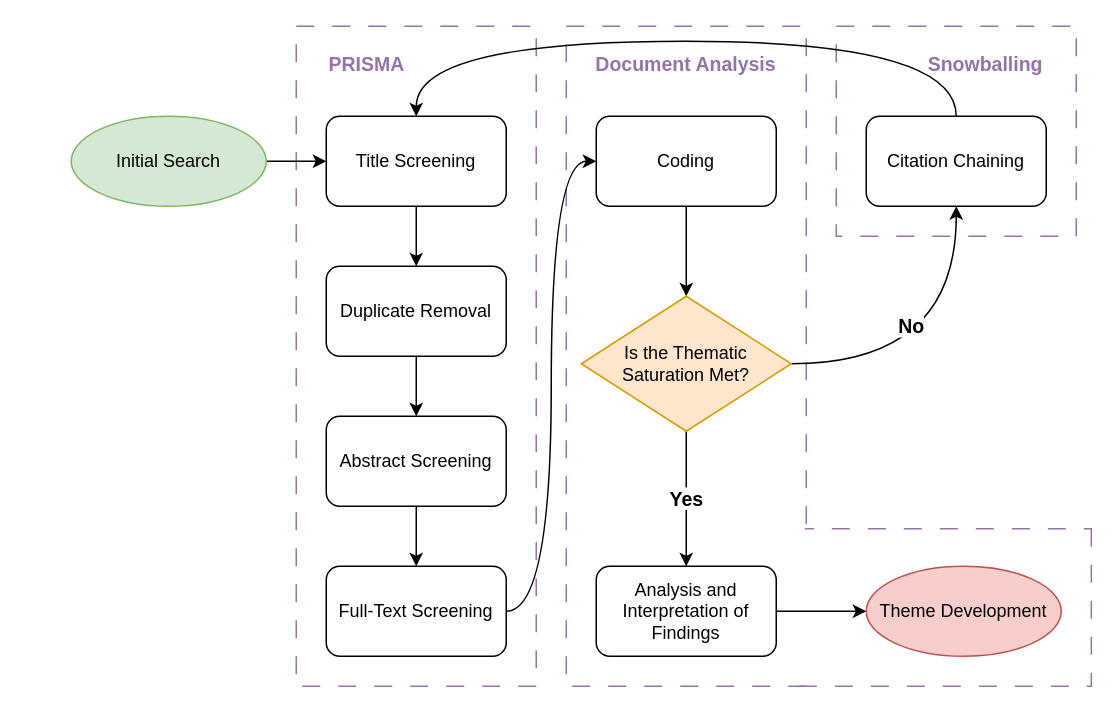
Before: Diagrams/Mixed Methodology.drawio in HooradAboo/I-CLAIM, a draw.io diagram. Source tidied: cells renumbered, new cells numbered last; positions are measured from the earlier drawing's top-left corner, leaving out a move shared by most shapes. Both pictures are drawn from the tidied source at 150%, with x=0, y=0 at pixel (70, 26).
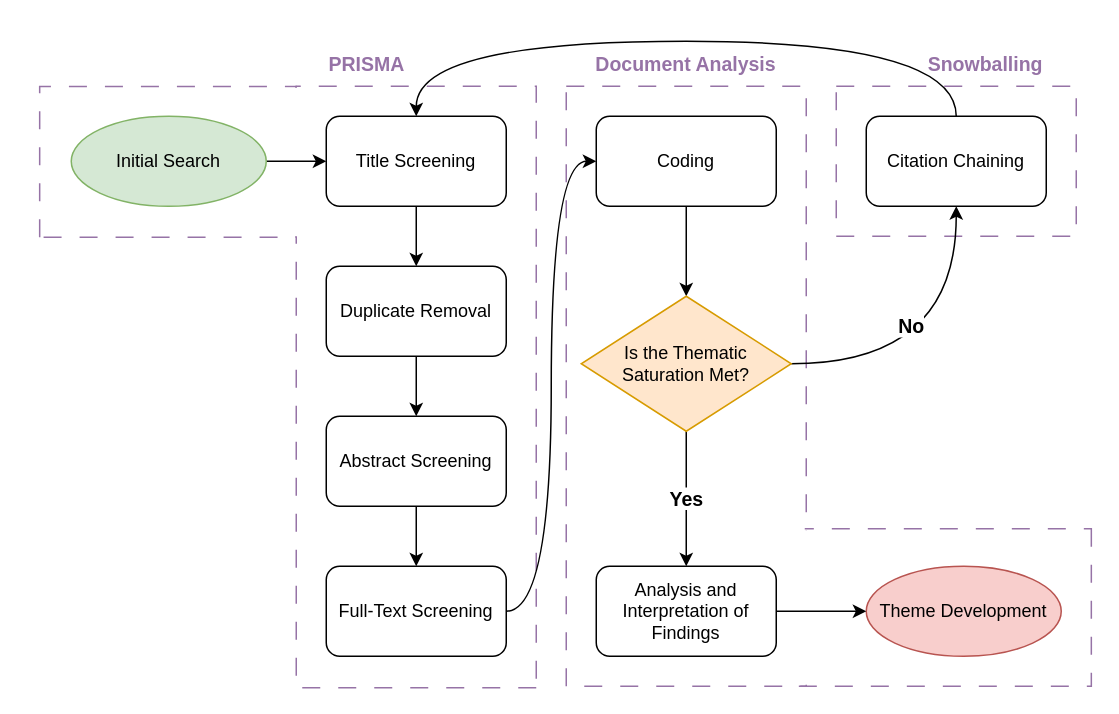
Above is the later version.

Commit message:
extend prisma

Unchanged cells that the change refers to:
```xml
<mxCell id="3" style="group;" parent="1" vertex="1">
  <mxGeometry x="330" y="40" width="350" height="400" as="geometry" />
</mxCell>
```

The edit, as a diff of the source:
```diff
@@
+    <mxCell id="33" style="group;rotation=-180;" parent="1" vertex="1">
+      <mxGeometry x="-30" width="350" height="441" as="geometry" />
+    </mxCell>
+    <mxCell id="34" style="rounded=1;whiteSpace=wrap;html=1;fillStyle=auto;fillColor=none;dashed=1;dashPattern=12 12;rotation=-90;arcSize=0;strokeColor=#9673a6;" parent="33" vertex="1">
+      <mxGeometry x="44.1" y="5" width="100.5" height="170.8" as="geometry" />
+    </mxCell>
+    <mxCell id="35" style="rounded=1;whiteSpace=wrap;html=1;fillStyle=auto;fillColor=none;dashed=1;dashPattern=12 12;arcSize=0;strokeColor=#9673a6;rotation=-180;" parent="33" vertex="1">
+      <mxGeometry x="180" y="40" width="160" height="401" as="geometry" />
+    </mxCell>
+    <mxCell id="36" style="verticalLabelPosition=bottom;verticalAlign=top;html=1;shape=mxgraph.basic.rect;fillColor2=none;strokeWidth=1;size=20;indent=5;strokeColor=none;rotation=-180;" parent="33" vertex="1">
+      <mxGeometry x="172" y="41" width="20" height="99" as="geometry" />
+    </mxCell>
     <mxCell id="2" style="rounded=1;whiteSpace=wrap;html=1;fillStyle=auto;fillColor=none;dashed=1;dashPattern=12 12;arcSize=0;strokeColor=#9673A6;" parent="1" vertex="1">
-      <mxGeometry x="510" width="160" height="140" as="geometry" />
+      <mxGeometry x="510" y="40" width="160" height="100" as="geometry" />
     </mxCell>
@@
     <mxCell id="5" style="rounded=1;whiteSpace=wrap;html=1;fillStyle=auto;fillColor=none;dashed=1;dashPattern=12 12;arcSize=0;strokeColor=#9673a6;" parent="3" vertex="1">
-      <mxGeometry y="-40" width="160" height="440" as="geometry" />
+      <mxGeometry width="160" height="400" as="geometry" />
     </mxCell>
@@
-    <mxCell id="9" style="rounded=1;whiteSpace=wrap;html=1;fillStyle=auto;fillColor=none;dashed=1;dashPattern=12 12;arcSize=0;strokeColor=#9673a6;" parent="1" vertex="1">
-      <mxGeometry x="150" width="160" height="440" as="geometry" />
-    </mxCell>
```
